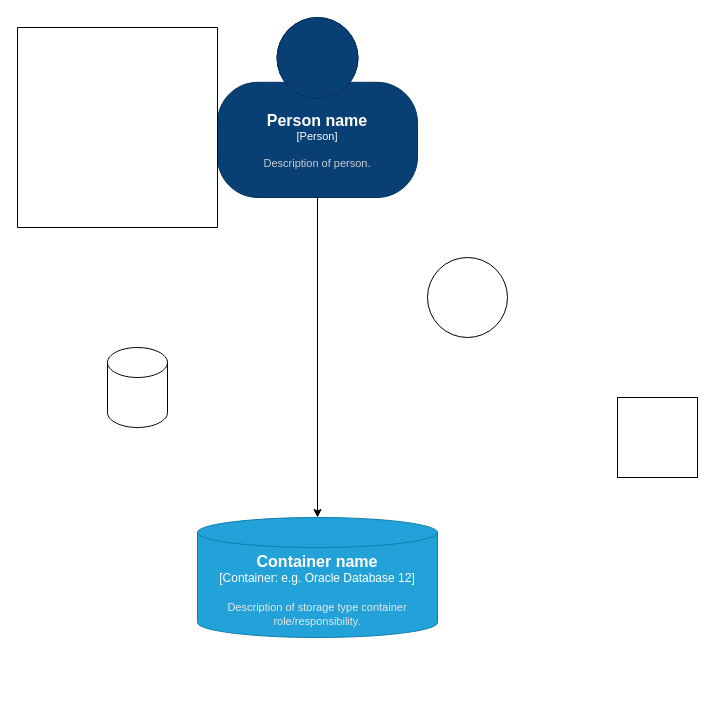
Above: Untitled Diagram.drawio in alihaddadi/threadPilot (draw.io), before the change. Source tidied: cells renumbered, new cells numbered last; positions are measured from the earlier drawing's top-left corner, leaving out a move shared by most shapes. Both pictures are drawn from the tidied source at 100%, with x=0, y=0 at pixel (17, 17).
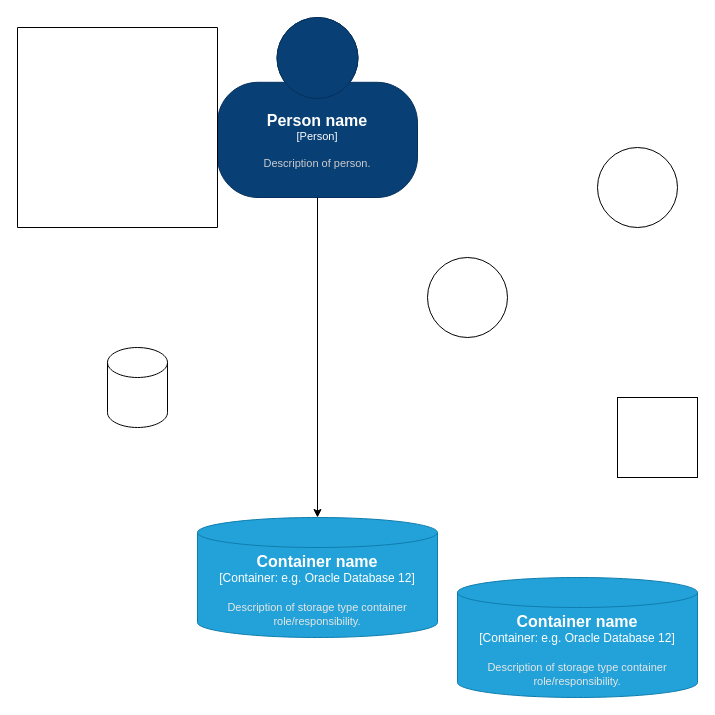
The same page after the edit.

The edit, as a diff of the source:
```diff
@@
 <mxGraphModel>
   <root>
     <mxCell id="0" />
     <mxCell id="1" parent="0" />
     <object id="2" label="&lt;font style=&quot;font-size: 16px&quot;&gt;&lt;b&gt;%c4Name%&lt;/b&gt;&lt;/font&gt;&lt;div&gt;[%c4Type%:&amp;nbsp;%c4Technology%]&lt;/div&gt;&lt;br&gt;&lt;div&gt;&lt;font style=&quot;font-size: 11px&quot;&gt;&lt;font color=&quot;#E6E6E6&quot;&gt;%c4Description%&lt;/font&gt;&lt;/div&gt;" c4Description="Description of storage type container role/responsibility." c4Name="Container name" c4Technology="e.g. Oracle Database 12" c4Type="Container" placeholders="1">
       <mxCell style="shape=cylinder3;size=15;whiteSpace=wrap;html=1;boundedLbl=1;rounded=0;labelBackgroundColor=none;fillColor=#23A2D9;fontSize=12;fontColor=#ffffff;align=center;strokeColor=#0E7DAD;points=[[0.5,0,0],[1,0.25,0],[1,0.5,0],[1,0.75,0],[0.5,1,0],[0,0.75,0],[0,0.5,0],[0,0.25,0]];" parent="1" vertex="1">
         <mxGeometry x="180" y="500" width="240" height="120" as="geometry" />
       </mxCell>
     </object>
     <object id="3" label="&lt;font style=&quot;font-size: 16px&quot;&gt;&lt;b&gt;%c4Name%&lt;/b&gt;&lt;/font&gt;&lt;div&gt;[%c4Type%]&lt;/div&gt;&lt;br&gt;&lt;div&gt;&lt;font style=&quot;font-size: 11px&quot;&gt;&lt;font color=&quot;#cccccc&quot;&gt;%c4Description%&lt;/font&gt;&lt;/div&gt;" c4Description="Description of person." c4Name="Person name" c4Type="Person" placeholders="1">
       <mxCell style="html=1;fontSize=11;dashed=0;whiteSpace=wrap;fillColor=#083F75;strokeColor=#06315C;fontColor=#ffffff;shape=mxgraph.c4.person2;align=center;points=[[0.5,0,0],[1,0.5,0],[1,0.75,0],[0.75,1,0],[0.5,1,0],[0.25,1,0],[0,0.75,0],[0,0.5,0]];" parent="1" vertex="1">
         <mxGeometry x="200" width="200" height="180" as="geometry" />
       </mxCell>
     </object>
     <mxCell id="4" style="edgeStyle=orthogonalEdgeStyle;rounded=0;jettySize=auto;html=1;entryX=0.5;entryY=0;entryDx=0;entryDy=0;entryPerimeter=0;" parent="1" edge="1" source="3" target="2">
       <mxGeometry relative="1" as="geometry" />
     </mxCell>
     <mxCell id="5" style="ellipse;whiteSpace=wrap;html=1;" parent="1" vertex="1">
       <mxGeometry x="410" y="240" width="80" height="80" as="geometry" />
     </mxCell>
     <mxCell id="6" style="whiteSpace=wrap;html=1;" parent="1" vertex="1">
       <mxGeometry x="600" y="380" width="80" height="80" as="geometry" />
     </mxCell>
     <mxCell id="7" style="shape=cylinder3;whiteSpace=wrap;html=1;boundedLbl=1;backgroundOutline=1;size=15;" parent="1" vertex="1">
       <mxGeometry x="90" y="330" width="60" height="80" as="geometry" />
     </mxCell>
     <mxCell id="8" style="swimlane;startSize=0;" parent="1" vertex="1">
       <mxGeometry y="10" width="200" height="200" as="geometry" />
     </mxCell>
+    <mxCell id="9" style="ellipse;whiteSpace=wrap;html=1;" parent="1" vertex="1">
+      <mxGeometry x="580" y="130" width="80" height="80" as="geometry" />
+    </mxCell>
+    <object id="10" label="&lt;font style=&quot;font-size: 16px&quot;&gt;&lt;b&gt;%c4Name%&lt;/b&gt;&lt;/font&gt;&lt;div&gt;[%c4Type%:&amp;nbsp;%c4Technology%]&lt;/div&gt;&lt;br&gt;&lt;div&gt;&lt;font style=&quot;font-size: 11px&quot;&gt;&lt;font color=&quot;#E6E6E6&quot;&gt;%c4Description%&lt;/font&gt;&lt;/div&gt;" c4Description="Description of storage type container role/responsibility." c4Name="Container name" c4Technology="e.g. Oracle Database 12" c4Type="Container" placeholders="1">
+      <mxCell style="shape=cylinder3;size=15;whiteSpace=wrap;html=1;boundedLbl=1;rounded=0;labelBackgroundColor=none;fillColor=#23A2D9;fontSize=12;fontColor=#ffffff;align=center;strokeColor=#0E7DAD;" parent="1" vertex="1">
+        <mxGeometry x="440" y="560" width="240" height="120" as="geometry" />
+      </mxCell>
+    </object>
   </root>
 </mxGraphModel>
```
